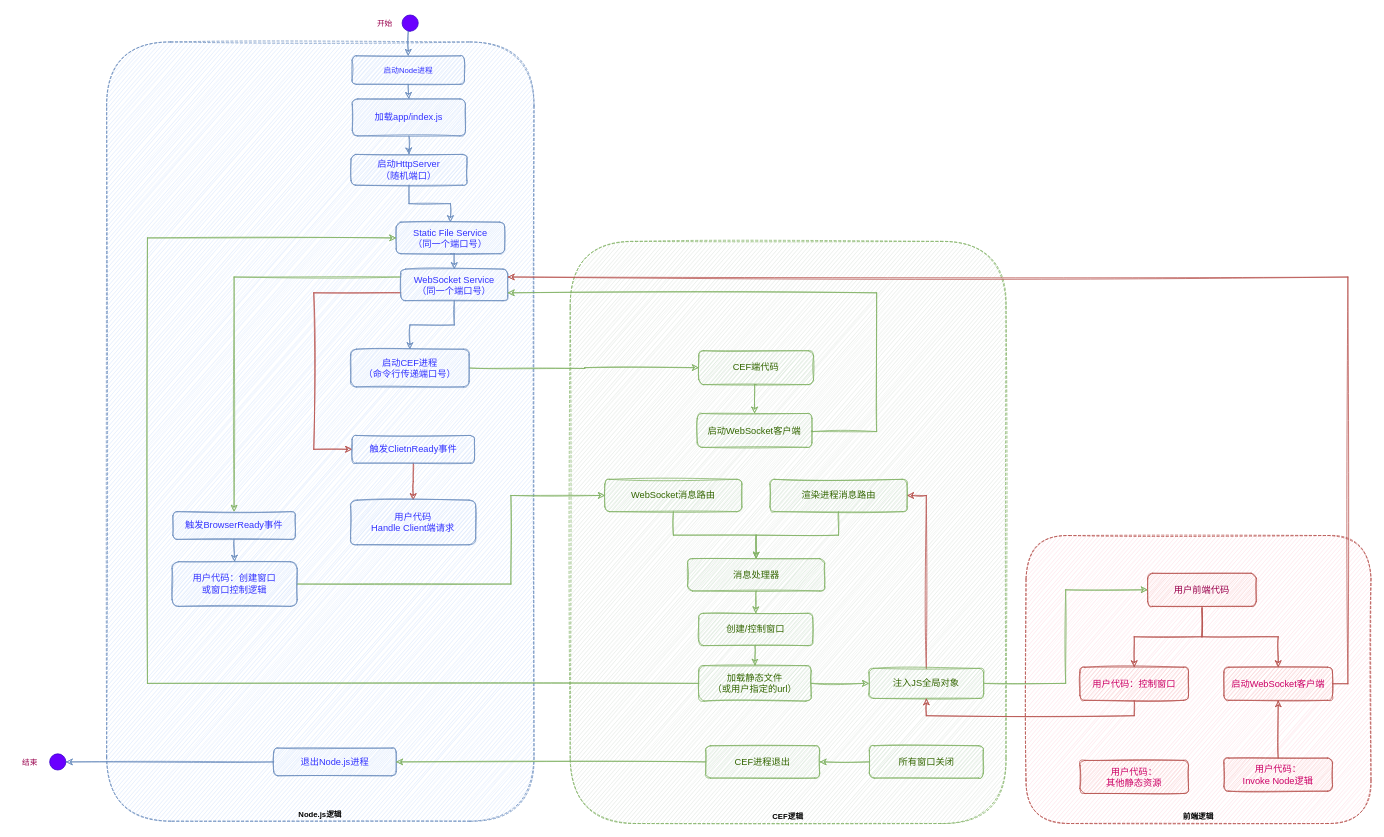
Above: resource/architecture.drawio in GerHobbelt/horsejs (draw.io), before the change. Source tidied: cells renumbered, new cells numbered last; positions are measured from the earlier drawing's top-left corner, leaving out a move shared by most shapes. Both pictures are drawn from the tidied source at 77%, with x=0, y=0 at pixel (13, 12).
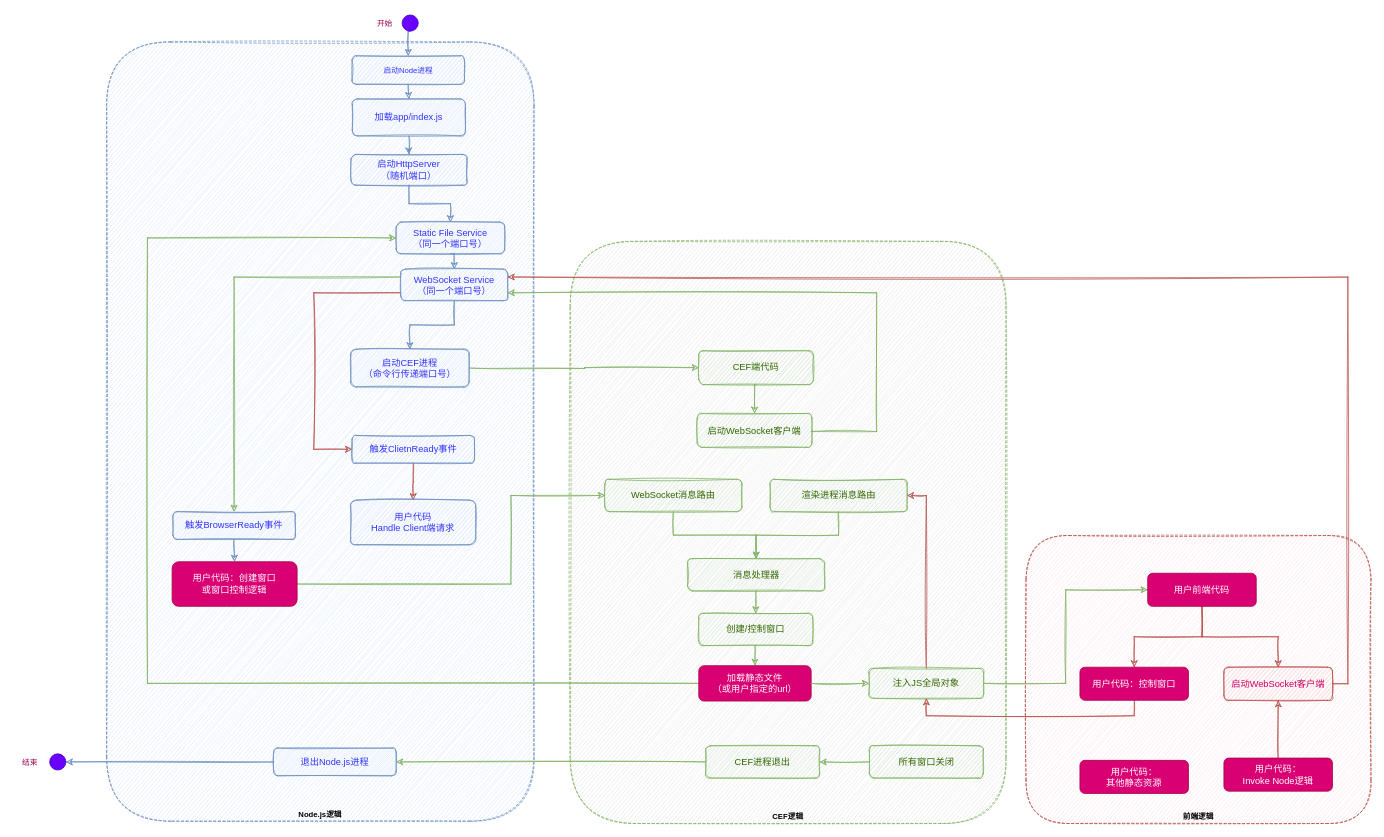
The same page after the edit.

What changed in the source:
```diff
@@
-    <mxCell id="26" value="用户代码：创建窗口&lt;br&gt;或窗口控制逻辑" style="rounded=1;whiteSpace=wrap;html=1;fillColor=#dae8fc;strokeColor=#6c8ebf;sketch=1;fontColor=#3333FF;fontSize=12;" parent="1" vertex="1">
+    <mxCell id="26" value="用户代码：创建窗口&lt;br&gt;或窗口控制逻辑" style="rounded=1;whiteSpace=wrap;html=1;fillColor=#d80073;strokeColor=#A50040;sketch=0;fontSize=12;fontColor=#ffffff;" parent="1" vertex="1">
       <mxGeometry x="206" y="713" width="162.4" height="58" as="geometry" />
     </mxCell>
@@
-    <mxCell id="30" value="加载静态文件&lt;br style=&quot;font-size: 12px;&quot;&gt;（或用户指定的url）" style="rounded=1;whiteSpace=wrap;html=1;sketch=1;fontSize=12;fillColor=#d5e8d4;strokeColor=#82b366;fontColor=#336600;" parent="1" vertex="1">
+    <mxCell id="30" value="加载静态文件&lt;br style=&quot;font-size: 12px;&quot;&gt;（或用户指定的url）" style="rounded=1;whiteSpace=wrap;html=1;sketch=0;fontSize=12;fillColor=#d80073;strokeColor=#A50040;fontColor=#ffffff;" parent="1" vertex="1">
       <mxGeometry x="890" y="848" width="146" height="46" as="geometry" />
     </mxCell>
@@
-    <mxCell id="41" value="用户前端代码" style="rounded=1;whiteSpace=wrap;html=1;sketch=1;fontSize=12;fillColor=#f8cecc;strokeColor=#b85450;fontColor=#99004D;" parent="1" vertex="1">
+    <mxCell id="41" value="用户前端代码" style="rounded=1;whiteSpace=wrap;html=1;sketch=0;fontSize=12;fillColor=#d80073;strokeColor=#A50040;fontColor=#ffffff;" parent="1" vertex="1">
       <mxGeometry x="1473" y="728" width="141" height="43" as="geometry" />
     </mxCell>
@@
-    <mxCell id="43" value="用户代码：控制窗口" style="rounded=1;whiteSpace=wrap;html=1;sketch=1;fontSize=12;fillColor=#f8cecc;strokeColor=#b85450;fontColor=#CC0066;" parent="1" vertex="1">
+    <mxCell id="43" value="用户代码：控制窗口" style="rounded=1;whiteSpace=wrap;html=1;sketch=0;fontSize=12;fillColor=#d80073;strokeColor=#A50040;fontColor=#ffffff;" parent="1" vertex="1">
       <mxGeometry x="1385" y="850" width="141" height="43" as="geometry" />
     </mxCell>
@@
-    <mxCell id="52" value="用户代码：&lt;br&gt;Invoke Node逻辑" style="rounded=1;whiteSpace=wrap;html=1;sketch=1;fontSize=12;fillColor=#f8cecc;strokeColor=#b85450;fontColor=#CC0066;" parent="1" vertex="1">
+    <mxCell id="52" value="用户代码：&lt;br&gt;Invoke Node逻辑" style="rounded=1;whiteSpace=wrap;html=1;sketch=0;fontSize=12;fillColor=#d80073;strokeColor=#A50040;fontColor=#ffffff;" parent="1" vertex="1">
       <mxGeometry x="1572" y="968" width="141" height="43" as="geometry" />
     </mxCell>
@@
-    <mxCell id="55" value="用户代码：&lt;br&gt;其他静态资源" style="rounded=1;whiteSpace=wrap;html=1;sketch=1;fontSize=12;fillColor=#f8cecc;strokeColor=#b85450;fontColor=#CC0066;" parent="1" vertex="1">
+    <mxCell id="55" value="用户代码：&lt;br&gt;其他静态资源" style="rounded=1;whiteSpace=wrap;html=1;sketch=0;fontSize=12;fillColor=#d80073;strokeColor=#A50040;fontColor=#ffffff;" parent="1" vertex="1">
       <mxGeometry x="1385" y="971" width="141" height="43" as="geometry" />
     </mxCell>
```
